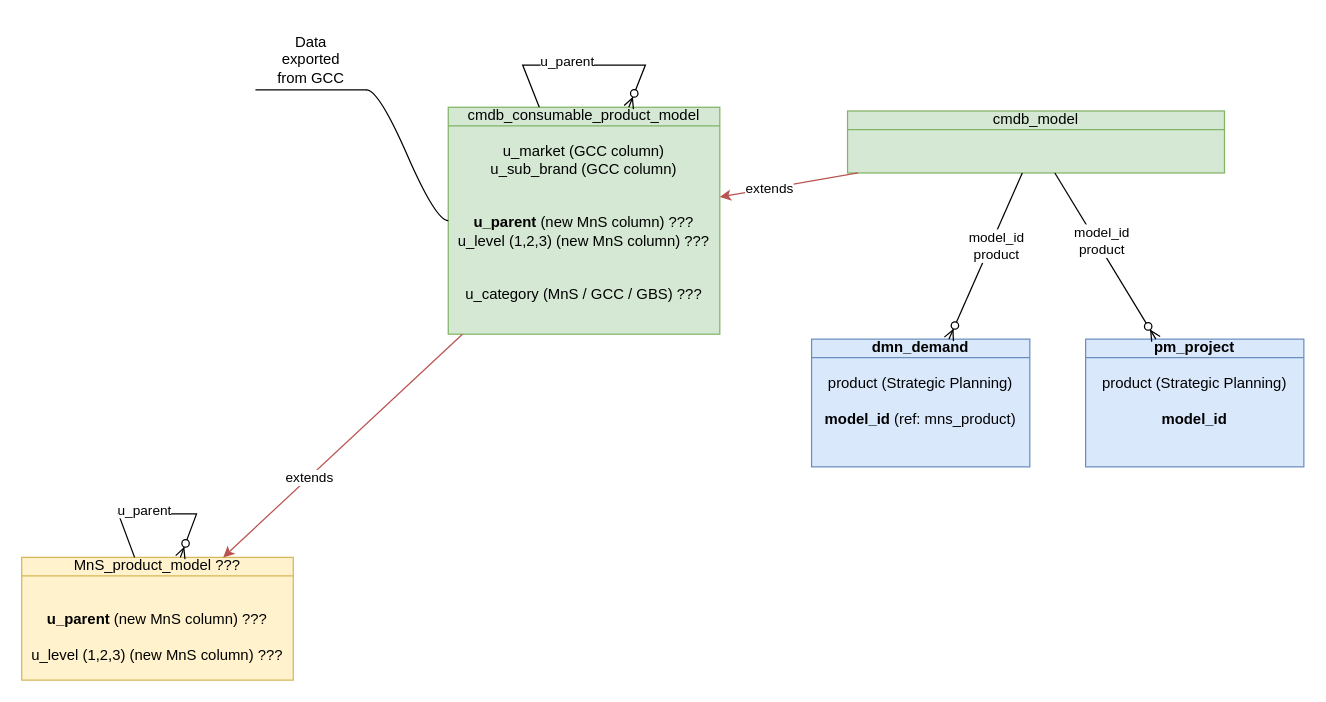
Earlier version of the draw.io diagram page "parentProduct" (9 of 10) of JTI_product.drawio (algimas/tmp). Source tidied: cells renumbered, new cells numbered last; positions are measured from the earlier drawing's top-left corner, leaving out a move shared by most shapes. Both pictures are drawn from the tidied source at 124%, with x=0, y=0 at pixel (21, 21).
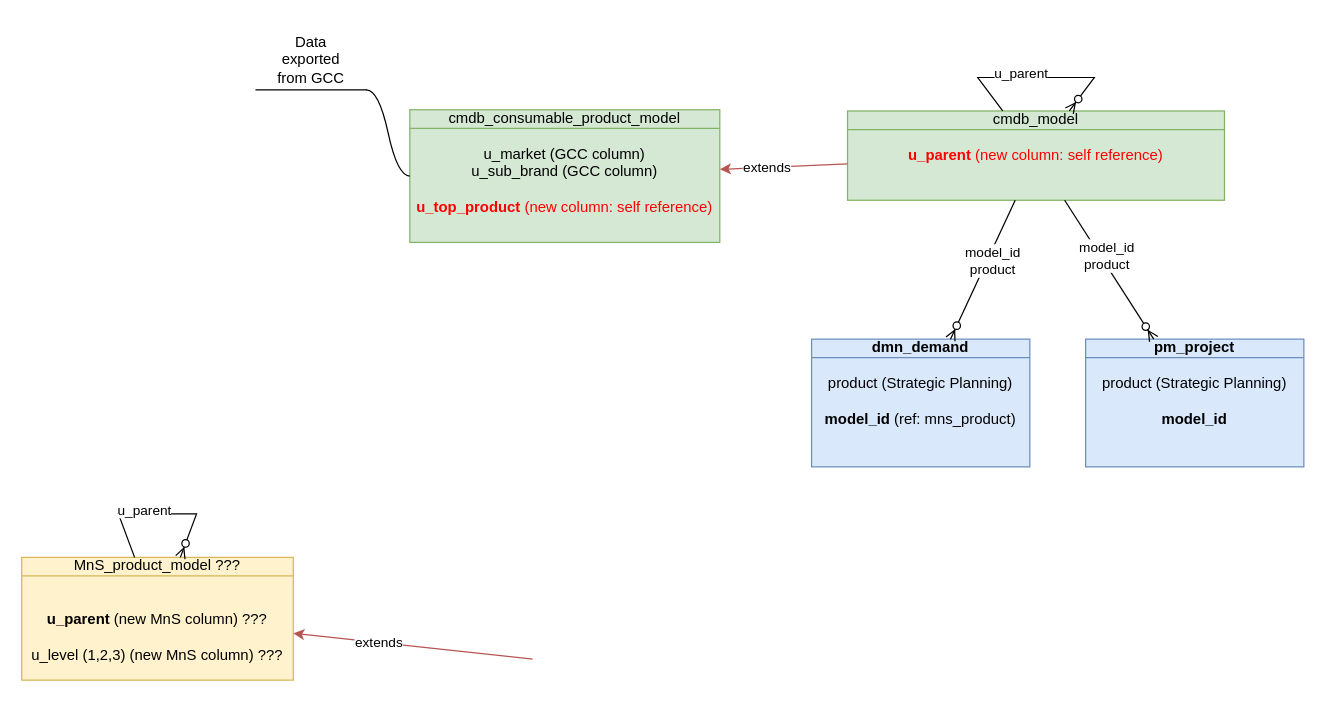
The same diagram, later.

Unchanged cells that the change refers to:
```xml
<mxCell id="16" value="MnS_product_model ???&lt;div&gt;&lt;br&gt;&lt;/div&gt;&lt;br&gt;&lt;div&gt;&lt;b&gt;u_parent&lt;/b&gt; (new MnS column) ???&lt;/div&gt;&lt;div&gt;&lt;br&gt;&lt;/div&gt;&lt;div&gt;u_level (1,2,3) (new MnS column) ???&lt;/div&gt;" style="html=1;outlineConnect=0;whiteSpace=wrap;fillColor=#fff2cc;shape=mxgraph.archimate3.businessObject;overflow=fill;strokeColor=#d6b656;" parent="1" vertex="1">
  <mxGeometry y="432" width="219" height="99" as="geometry" />
</mxCell>
```

What changed in the source:
```diff
@@
-    <mxCell id="2" value="&lt;div&gt;cmdb_consumable_product_model&lt;/div&gt;&lt;div&gt;&lt;br&gt;&lt;/div&gt;&lt;div&gt;u_market (GCC column)&lt;/div&gt;&lt;div&gt;u_sub_brand (GCC column)&lt;/div&gt;&lt;div&gt;&lt;br&gt;&lt;/div&gt;&lt;div&gt;&lt;br&gt;&lt;/div&gt;&lt;div&gt;&lt;span style=&quot;color: rgb(255, 51, 51);&quot;&gt;&lt;span style=&quot;color: rgb(255, 51, 51);&quot;&gt;&lt;span style=&quot;color: light-dark(rgb(255, 51, 51), rgb(237, 237, 237));&quot;&gt;&lt;span style=&quot;color: light-dark(rgb(0, 0, 0), rgb(237, 237, 237));&quot;&gt;&lt;b&gt;u_parent&lt;/b&gt;&lt;/span&gt;&lt;/span&gt;&lt;/span&gt;&lt;/span&gt; (new MnS column) ???&lt;/div&gt;&lt;div&gt;u_level (1,2,3) (new MnS column) ???&lt;/div&gt;&lt;div&gt;&lt;br&gt;&lt;/div&gt;&lt;div&gt;&lt;br&gt;&lt;/div&gt;&lt;div&gt;u_category (MnS / GCC / GBS) ???&lt;/div&gt;" style="html=1;outlineConnect=0;whiteSpace=wrap;fillColor=#d5e8d4;shape=mxgraph.archimate3.businessObject;overflow=fill;strokeColor=#82b366;" parent="1" vertex="1">
-      <mxGeometry x="344" y="69" width="219" height="183" as="geometry" />
+    <mxCell id="2" value="&lt;div&gt;cmdb_consumable_product_model&lt;/div&gt;&lt;div&gt;&lt;br&gt;&lt;/div&gt;&lt;div&gt;u_market (GCC column)&lt;/div&gt;&lt;div&gt;u_sub_brand (GCC column)&lt;/div&gt;&lt;div&gt;&lt;br&gt;&lt;/div&gt;&lt;div&gt;&lt;font style=&quot;color: rgb(255, 0, 0);&quot;&gt;&lt;b&gt;u_top_product&lt;/b&gt;&amp;nbsp;&lt;/font&gt;&lt;span style=&quot;color: rgb(255, 0, 0); background-color: transparent;&quot;&gt;(new column: self reference)&lt;/span&gt;&lt;/div&gt;" style="html=1;outlineConnect=0;whiteSpace=wrap;fillColor=#d5e8d4;shape=mxgraph.archimate3.businessObject;overflow=fill;strokeColor=#82b366;" parent="1" vertex="1">
+      <mxGeometry x="313" y="71" width="250" height="107" as="geometry" />
     </mxCell>
-    <mxCell id="3" value="cmdb_model" style="html=1;outlineConnect=0;whiteSpace=wrap;fillColor=#d5e8d4;shape=mxgraph.archimate3.businessObject;overflow=fill;strokeColor=#82b366;" parent="1" vertex="1">
-      <mxGeometry x="666" y="72" width="304" height="50" as="geometry" />
+    <mxCell id="3" value="cmdb_model&lt;div&gt;&lt;br&gt;&lt;/div&gt;&lt;div&gt;&lt;font style=&quot;color: rgb(255, 0, 0);&quot;&gt;&lt;b&gt;u_parent&lt;/b&gt; (new column: self reference)&lt;/font&gt;&lt;/div&gt;" style="html=1;outlineConnect=0;whiteSpace=wrap;fillColor=#d5e8d4;shape=mxgraph.archimate3.businessObject;overflow=fill;strokeColor=#82b366;" parent="1" vertex="1">
+      <mxGeometry x="666" y="72" width="304" height="72" as="geometry" />
     </mxCell>
@@
-    <mxCell id="14" style="fontSize=12;html=1;endArrow=ERzeroToMany;endFill=1;rounded=0;" parent="1" edge="1" source="2" target="2">
-      <mxGeometry relative="1" as="geometry">
-        <Array as="points">
-          <mxPoint x="404" y="35" />
-        </Array>
-      </mxGeometry>
-    </mxCell>
-    <mxCell id="15" value="u_parent" style="edgeLabel;html=1;align=center;verticalAlign=middle;" parent="14" vertex="1">
-      <mxGeometry x="-0.16" y="4" relative="1" as="geometry" />
-    </mxCell>
@@
-    <mxCell id="17" style="endArrow=classic;html=1;rounded=0;fillColor=#f8cecc;strokeColor=#b85450;" parent="1" edge="1" source="2" target="16">
-      <mxGeometry relative="1" as="geometry" />
+    <mxCell id="17" style="endArrow=classic;html=1;rounded=0;fillColor=#f8cecc;strokeColor=#b85450;" parent="1" edge="1" target="16">
+      <mxGeometry relative="1" as="geometry">
+        <mxPoint x="412" y="514" as="sourcePoint" />
+      </mxGeometry>
     </mxCell>
@@
+    <mxCell id="21" style="fontSize=12;html=1;endArrow=ERzeroToMany;endFill=1;rounded=0;" parent="1" edge="1" source="3" target="3">
+      <mxGeometry relative="1" as="geometry">
+        <Array as="points">
+          <mxPoint x="771" y="45" />
+        </Array>
+      </mxGeometry>
+    </mxCell>
+    <mxCell id="15" value="u_parent" style="edgeLabel;html=1;align=center;verticalAlign=middle;" parent="21" vertex="1">
+      <mxGeometry x="-0.16" y="4" relative="1" as="geometry" />
+    </mxCell>
```
